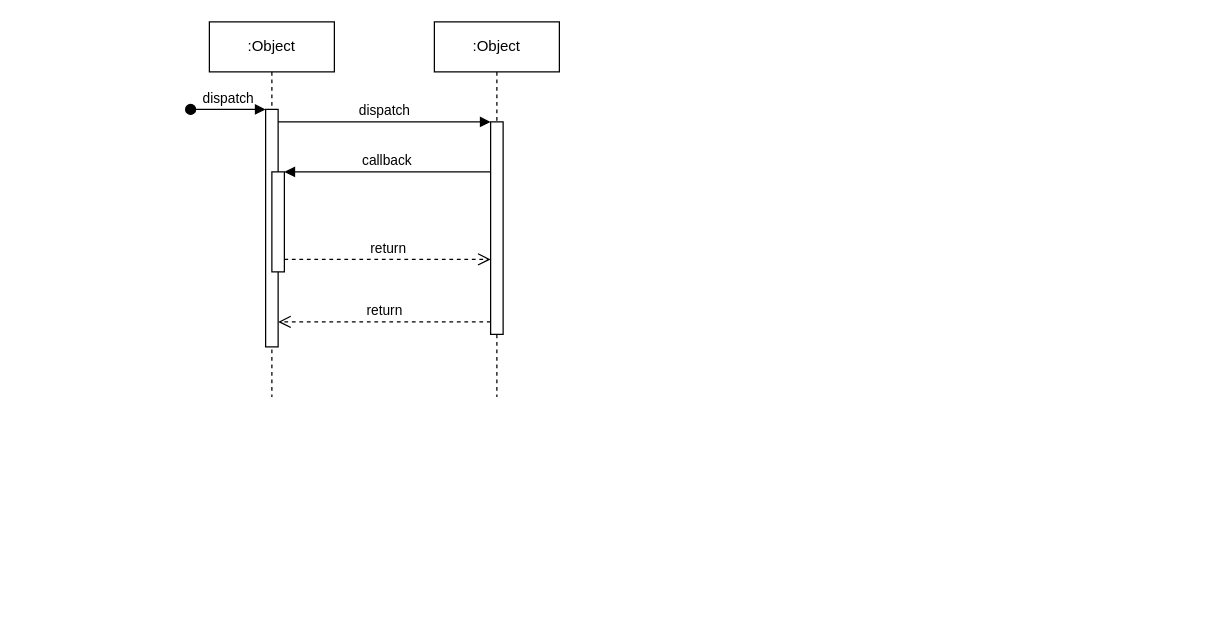
DanisaurioRex/data_ingestor keeps this draw.io diagram as docs/sequence-diagram.drawio. Above is the earlier version. Source tidied: cells renumbered, new cells numbered last; positions are measured from the earlier drawing's top-left corner, leaving out a move shared by most shapes. Both pictures are drawn from the tidied source at 125%, with x=0, y=0 at pixel (190, 21).
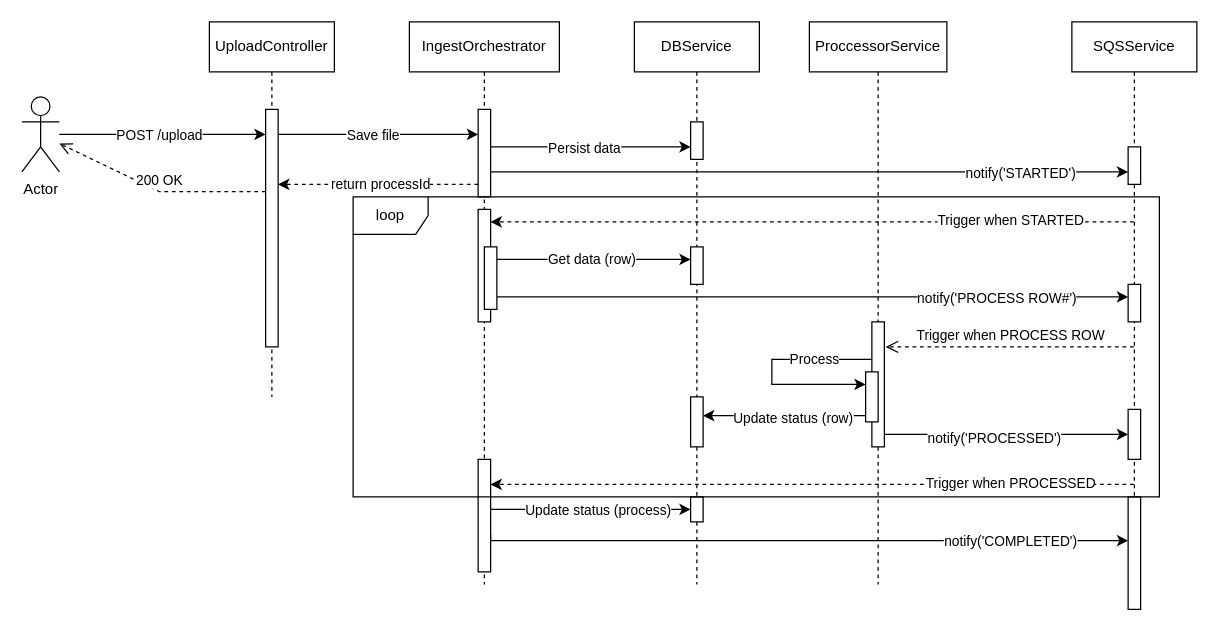
After the change.

The change refers to these unchanged cells:
```xml
<mxCell id="3" style="html=1;points=[];perimeter=orthogonalPerimeter;outlineConnect=0;targetShapes=umlLifeline;portConstraint=eastwest;newEdgeStyle={&quot;edgeStyle&quot;:&quot;elbowEdgeStyle&quot;,&quot;elbow&quot;:&quot;vertical&quot;,&quot;curved&quot;:0,&quot;rounded&quot;:0};" parent="2" vertex="1">
  <mxGeometry x="45" y="70" width="10" height="190" as="geometry" />
</mxCell>
```

The edit, as a diff of the source:
```diff
@@
-    <mxCell id="2" value=":Object" style="shape=umlLifeline;perimeter=lifelinePerimeter;whiteSpace=wrap;html=1;newEdgeStyle={&quot;edgeStyle&quot;:&quot;elbowEdgeStyle&quot;,&quot;elbow&quot;:&quot;vertical&quot;,&quot;curved&quot;:0,&quot;rounded&quot;:0};" parent="1" vertex="1">
+    <mxCell id="2" value="UploadController" style="shape=umlLifeline;perimeter=lifelinePerimeter;whiteSpace=wrap;html=1;newEdgeStyle={&quot;edgeStyle&quot;:&quot;elbowEdgeStyle&quot;,&quot;elbow&quot;:&quot;vertical&quot;,&quot;curved&quot;:0,&quot;rounded&quot;:0};" parent="1" vertex="1">
       <mxGeometry x="15" width="100" height="300" as="geometry" />
     </mxCell>
@@
-    <mxCell id="4" value="dispatch" style="html=1;verticalAlign=bottom;startArrow=oval;endArrow=block;startSize=8;edgeStyle=elbowEdgeStyle;elbow=vertical;curved=0;rounded=0;" parent="2" edge="1" target="3">
-      <mxGeometry relative="1" as="geometry">
-        <mxPoint x="-15" y="70" as="sourcePoint" />
-      </mxGeometry>
-    </mxCell>
-    <mxCell id="5" style="html=1;points=[];perimeter=orthogonalPerimeter;outlineConnect=0;targetShapes=umlLifeline;portConstraint=eastwest;newEdgeStyle={&quot;edgeStyle&quot;:&quot;elbowEdgeStyle&quot;,&quot;elbow&quot;:&quot;vertical&quot;,&quot;curved&quot;:0,&quot;rounded&quot;:0};" parent="2" vertex="1">
-      <mxGeometry x="50" y="120" width="10" height="80" as="geometry" />
-    </mxCell>
-    <mxCell id="6" value=":Object" style="shape=umlLifeline;perimeter=lifelinePerimeter;whiteSpace=wrap;html=1;newEdgeStyle={&quot;edgeStyle&quot;:&quot;elbowEdgeStyle&quot;,&quot;elbow&quot;:&quot;vertical&quot;,&quot;curved&quot;:0,&quot;rounded&quot;:0};" parent="1" vertex="1">
-      <mxGeometry x="195" width="100" height="300" as="geometry" />
-    </mxCell>
-    <mxCell id="7" style="html=1;points=[];perimeter=orthogonalPerimeter;outlineConnect=0;targetShapes=umlLifeline;portConstraint=eastwest;newEdgeStyle={&quot;edgeStyle&quot;:&quot;elbowEdgeStyle&quot;,&quot;elbow&quot;:&quot;vertical&quot;,&quot;curved&quot;:0,&quot;rounded&quot;:0};" parent="6" vertex="1">
-      <mxGeometry x="45" y="80" width="10" height="170" as="geometry" />
-    </mxCell>
-    <mxCell id="8" value="dispatch" style="html=1;verticalAlign=bottom;endArrow=block;edgeStyle=elbowEdgeStyle;elbow=vertical;curved=0;rounded=0;" parent="1" edge="1" source="3" target="7">
-      <mxGeometry relative="1" as="geometry">
-        <Array as="points">
-          <mxPoint x="155" y="80" />
-        </Array>
-      </mxGeometry>
-    </mxCell>
-    <mxCell id="9" value="return" style="html=1;verticalAlign=bottom;endArrow=open;dashed=1;endSize=8;edgeStyle=elbowEdgeStyle;elbow=vertical;curved=0;rounded=0;" parent="1" edge="1" source="7" target="3">
-      <mxGeometry relative="1" as="geometry">
-        <Array as="points">
-          <mxPoint x="165" y="240" />
-        </Array>
-      </mxGeometry>
-    </mxCell>
-    <mxCell id="10" value="callback" style="html=1;verticalAlign=bottom;endArrow=block;edgeStyle=elbowEdgeStyle;elbow=vertical;curved=0;rounded=0;" parent="1" edge="1" source="7" target="5">
-      <mxGeometry relative="1" as="geometry">
-        <Array as="points">
-          <mxPoint x="165" y="120" />
-        </Array>
-      </mxGeometry>
-    </mxCell>
-    <mxCell id="11" value="return" style="html=1;verticalAlign=bottom;endArrow=open;dashed=1;endSize=8;edgeStyle=elbowEdgeStyle;elbow=vertical;curved=0;rounded=0;" parent="1" edge="1" source="5" target="7">
-      <mxGeometry relative="1" as="geometry">
-        <Array as="points">
-          <mxPoint x="155" y="190" />
-        </Array>
-      </mxGeometry>
-    </mxCell>
+    <mxCell id="12" style="edgeStyle=orthogonalEdgeStyle;rounded=0;jettySize=auto;html=1;" parent="1" edge="1" source="14" target="3">
+      <mxGeometry relative="1" as="geometry">
+        <Array as="points">
+          <mxPoint x="5" y="90" />
+          <mxPoint x="5" y="90" />
+        </Array>
+      </mxGeometry>
+    </mxCell>
+    <mxCell id="13" value="POST /upload" style="edgeLabel;html=1;align=center;verticalAlign=middle;" parent="12" vertex="1">
+      <mxGeometry x="-0.4" y="3" relative="1" as="geometry">
+        <mxPoint x="29" y="3" as="offset" />
+      </mxGeometry>
+    </mxCell>
+    <mxCell id="14" value="Actor" style="shape=umlActor;verticalLabelPosition=bottom;verticalAlign=top;html=1;outlineConnect=0;" parent="1" vertex="1">
+      <mxGeometry x="-135" y="60" width="30" height="60" as="geometry" />
+    </mxCell>
+    <mxCell id="15" value="DBService" style="shape=umlLifeline;perimeter=lifelinePerimeter;whiteSpace=wrap;html=1;newEdgeStyle={&quot;curved&quot;:0,&quot;rounded&quot;:0};" parent="1" vertex="1">
+      <mxGeometry x="355" width="100" height="450" as="geometry" />
+    </mxCell>
+    <mxCell id="16" style="html=1;points=[];perimeter=orthogonalPerimeter;outlineConnect=0;targetShapes=umlLifeline;portConstraint=eastwest;newEdgeStyle={&quot;edgeStyle&quot;:&quot;elbowEdgeStyle&quot;,&quot;elbow&quot;:&quot;vertical&quot;,&quot;curved&quot;:0,&quot;rounded&quot;:0};" parent="15" vertex="1">
+      <mxGeometry x="45" y="80" width="10" height="30" as="geometry" />
+    </mxCell>
+    <mxCell id="17" style="html=1;points=[[0,0,0,0,5],[0,1,0,0,-5],[1,0,0,0,5],[1,1,0,0,-5]];perimeter=orthogonalPerimeter;outlineConnect=0;targetShapes=umlLifeline;portConstraint=eastwest;newEdgeStyle={&quot;curved&quot;:0,&quot;rounded&quot;:0};" parent="15" vertex="1">
+      <mxGeometry x="45" y="180" width="10" height="30" as="geometry" />
+    </mxCell>
+    <mxCell id="18" style="html=1;points=[[0,0,0,0,5],[0,1,0,0,-5],[1,0,0,0,5],[1,1,0,0,-5]];perimeter=orthogonalPerimeter;outlineConnect=0;targetShapes=umlLifeline;portConstraint=eastwest;newEdgeStyle={&quot;curved&quot;:0,&quot;rounded&quot;:0};" parent="15" vertex="1">
+      <mxGeometry x="45" y="300" width="10" height="40" as="geometry" />
+    </mxCell>
+    <mxCell id="19" style="html=1;points=[[0,0,0,0,5],[0,1,0,0,-5],[1,0,0,0,5],[1,1,0,0,-5]];perimeter=orthogonalPerimeter;outlineConnect=0;targetShapes=umlLifeline;portConstraint=eastwest;newEdgeStyle={&quot;curved&quot;:0,&quot;rounded&quot;:0};" parent="15" vertex="1">
+      <mxGeometry x="45" y="380" width="10" height="20" as="geometry" />
+    </mxCell>
+    <mxCell id="20" value="IngestOrchestrator" style="shape=umlLifeline;perimeter=lifelinePerimeter;whiteSpace=wrap;html=1;newEdgeStyle={&quot;curved&quot;:0,&quot;rounded&quot;:0};" parent="1" vertex="1">
+      <mxGeometry x="175" width="120" height="450" as="geometry" />
+    </mxCell>
+    <mxCell id="21" style="html=1;points=[];perimeter=orthogonalPerimeter;outlineConnect=0;targetShapes=umlLifeline;portConstraint=eastwest;newEdgeStyle={&quot;edgeStyle&quot;:&quot;elbowEdgeStyle&quot;,&quot;elbow&quot;:&quot;vertical&quot;,&quot;curved&quot;:0,&quot;rounded&quot;:0};" parent="20" vertex="1">
+      <mxGeometry x="55" y="70" width="10" height="70" as="geometry" />
+    </mxCell>
+    <mxCell id="22" style="html=1;points=[[0,0,0,0,5],[0,1,0,0,-5],[1,0,0,0,5],[1,1,0,0,-5]];perimeter=orthogonalPerimeter;outlineConnect=0;targetShapes=umlLifeline;portConstraint=eastwest;newEdgeStyle={&quot;curved&quot;:0,&quot;rounded&quot;:0};" parent="20" vertex="1">
+      <mxGeometry x="55" y="150" width="10" height="90" as="geometry" />
+    </mxCell>
+    <mxCell id="23" style="html=1;points=[[0,0,0,0,5],[0,1,0,0,-5],[1,0,0,0,5],[1,1,0,0,-5]];perimeter=orthogonalPerimeter;outlineConnect=0;targetShapes=umlLifeline;portConstraint=eastwest;newEdgeStyle={&quot;curved&quot;:0,&quot;rounded&quot;:0};" parent="20" vertex="1">
+      <mxGeometry x="60" y="180" width="10" height="50" as="geometry" />
+    </mxCell>
+    <mxCell id="24" style="html=1;points=[[0,0,0,0,5],[0,1,0,0,-5],[1,0,0,0,5],[1,1,0,0,-5]];perimeter=orthogonalPerimeter;outlineConnect=0;targetShapes=umlLifeline;portConstraint=eastwest;newEdgeStyle={&quot;curved&quot;:0,&quot;rounded&quot;:0};" parent="20" vertex="1">
+      <mxGeometry x="55" y="350" width="10" height="90" as="geometry" />
+    </mxCell>
+    <mxCell id="25" style="edgeStyle=elbowEdgeStyle;rounded=0;jettySize=auto;html=1;elbow=vertical;curved=0;" parent="1" edge="1" source="3" target="21">
+      <mxGeometry relative="1" as="geometry">
+        <Array as="points">
+          <mxPoint x="195" y="90" />
+          <mxPoint x="185" y="100" />
+        </Array>
+      </mxGeometry>
+    </mxCell>
+    <mxCell id="26" value="Save file" style="edgeLabel;html=1;align=center;verticalAlign=middle;" parent="25" vertex="1">
+      <mxGeometry x="-0.36" y="-1" relative="1" as="geometry">
+        <mxPoint x="24" y="-1" as="offset" />
+      </mxGeometry>
+    </mxCell>
+    <mxCell id="27" style="edgeStyle=elbowEdgeStyle;rounded=0;jettySize=auto;html=1;elbow=vertical;curved=0;" parent="1" edge="1" source="21" target="16">
+      <mxGeometry relative="1" as="geometry">
+        <Array as="points">
+          <mxPoint x="285" y="100" />
+          <mxPoint x="335" y="110" />
+        </Array>
+      </mxGeometry>
+    </mxCell>
+    <mxCell id="28" value="Persist data" style="edgeLabel;html=1;align=center;verticalAlign=middle;" parent="27" vertex="1">
+      <mxGeometry x="-0.08" relative="1" as="geometry" />
+    </mxCell>
+    <mxCell id="29" style="edgeStyle=orthogonalEdgeStyle;rounded=0;jettySize=auto;html=1;curved=0;dashed=1;" parent="1" edge="1" source="31" target="22">
+      <mxGeometry relative="1" as="geometry">
+        <Array as="points">
+          <mxPoint x="535" y="160" />
+          <mxPoint x="535" y="160" />
+        </Array>
+      </mxGeometry>
+    </mxCell>
+    <mxCell id="30" value="Trigger when STARTED" style="edgeLabel;html=1;align=center;verticalAlign=middle;" parent="29" vertex="1">
+      <mxGeometry x="-0.37" y="-2" relative="1" as="geometry">
+        <mxPoint x="63" as="offset" />
+      </mxGeometry>
+    </mxCell>
+    <mxCell id="31" value="SQSService" style="shape=umlLifeline;perimeter=lifelinePerimeter;whiteSpace=wrap;html=1;outlineConnect=0;portConstraint=eastwest;newEdgeStyle={&quot;curved&quot;:0,&quot;rounded&quot;:0};" parent="1" vertex="1">
+      <mxGeometry x="705" width="100" height="470" as="geometry" />
+    </mxCell>
+    <mxCell id="32" style="html=1;points=[];perimeter=orthogonalPerimeter;outlineConnect=0;targetShapes=umlLifeline;portConstraint=eastwest;newEdgeStyle={&quot;edgeStyle&quot;:&quot;elbowEdgeStyle&quot;,&quot;elbow&quot;:&quot;vertical&quot;,&quot;curved&quot;:0,&quot;rounded&quot;:0};" parent="31" vertex="1">
+      <mxGeometry x="45" y="100" width="10" height="30" as="geometry" />
+    </mxCell>
+    <mxCell id="33" style="html=1;points=[[0,0,0,0,5],[0,1,0,0,-5],[1,0,0,0,5],[1,1,0,0,-5]];perimeter=orthogonalPerimeter;outlineConnect=0;targetShapes=umlLifeline;portConstraint=eastwest;newEdgeStyle={&quot;curved&quot;:0,&quot;rounded&quot;:0};" parent="31" vertex="1">
+      <mxGeometry x="45" y="210" width="10" height="30" as="geometry" />
+    </mxCell>
+    <mxCell id="34" style="html=1;points=[[0,0,0,0,5],[0,1,0,0,-5],[1,0,0,0,5],[1,1,0,0,-5]];perimeter=orthogonalPerimeter;outlineConnect=0;targetShapes=umlLifeline;portConstraint=eastwest;newEdgeStyle={&quot;curved&quot;:0,&quot;rounded&quot;:0};" parent="31" vertex="1">
+      <mxGeometry x="45" y="310" width="10" height="40" as="geometry" />
+    </mxCell>
+    <mxCell id="35" style="html=1;perimeter=orthogonalPerimeter;targetShapes=umlLifeline;newEdgeStyle={&quot;curved&quot;:0,&quot;rounded&quot;:0};" parent="31" vertex="1">
+      <mxGeometry x="45" y="380" width="10" height="90" as="geometry" />
+    </mxCell>
+    <mxCell id="36" style="edgeStyle=elbowEdgeStyle;rounded=0;jettySize=auto;html=1;elbow=horizontal;curved=0;" parent="1" edge="1" source="21" target="32">
+      <mxGeometry relative="1" as="geometry">
+        <Array as="points">
+          <mxPoint x="295" y="120" />
+          <mxPoint x="535" y="110" />
+        </Array>
+      </mxGeometry>
+    </mxCell>
+    <mxCell id="37" value="notify('STARTED')" style="edgeLabel;html=1;align=center;verticalAlign=middle;" parent="36" vertex="1">
+      <mxGeometry x="0.26" y="3" relative="1" as="geometry">
+        <mxPoint x="102" y="3" as="offset" />
+      </mxGeometry>
+    </mxCell>
+    <mxCell id="38" style="edgeStyle=elbowEdgeStyle;rounded=0;jettySize=auto;html=1;elbow=vertical;curved=0;dashed=1;" parent="1" edge="1" source="21" target="3">
+      <mxGeometry relative="1" as="geometry">
+        <Array as="points">
+          <mxPoint x="205" y="130" />
+          <mxPoint x="85" y="120" />
+        </Array>
+      </mxGeometry>
+    </mxCell>
+    <mxCell id="39" value="return processId" style="edgeLabel;html=1;align=center;verticalAlign=middle;" parent="38" vertex="1">
+      <mxGeometry x="0.18" y="-4" relative="1" as="geometry">
+        <mxPoint x="15" y="3" as="offset" />
+      </mxGeometry>
+    </mxCell>
+    <mxCell id="40" value="200 OK" style="html=1;verticalAlign=bottom;endArrow=open;dashed=1;endSize=8;curved=0;rounded=0;" parent="1" edge="1" target="14">
+      <mxGeometry x="-0.02" relative="1" as="geometry">
+        <mxPoint x="60" y="135.8" as="sourcePoint" />
+        <Array as="points">
+          <mxPoint x="-25" y="135.8" />
+        </Array>
+      </mxGeometry>
+    </mxCell>
+    <mxCell id="41" style="edgeStyle=orthogonalEdgeStyle;rounded=0;jettySize=auto;html=1;curved=0;" parent="1" edge="1" source="23" target="17">
+      <mxGeometry relative="1" as="geometry">
+        <Array as="points">
+          <mxPoint x="375" y="190" />
+          <mxPoint x="375" y="190" />
+        </Array>
+      </mxGeometry>
+    </mxCell>
+    <mxCell id="42" value="Get data (row)" style="edgeLabel;html=1;align=center;verticalAlign=middle;" parent="41" vertex="1">
+      <mxGeometry x="-0.03" y="1" relative="1" as="geometry" />
+    </mxCell>
+    <mxCell id="43" value="ProccessorService" style="shape=umlLifeline;perimeter=lifelinePerimeter;whiteSpace=wrap;html=1;newEdgeStyle={&quot;curved&quot;:0,&quot;rounded&quot;:0};" parent="1" vertex="1">
+      <mxGeometry x="495" width="110" height="450" as="geometry" />
+    </mxCell>
+    <mxCell id="44" style="edgeStyle=orthogonalEdgeStyle;rounded=0;jettySize=auto;html=1;curved=0;" parent="43" edge="1" source="46" target="47">
+      <mxGeometry relative="1" as="geometry">
+        <Array as="points">
+          <mxPoint x="-30" y="270" />
+          <mxPoint x="-30" y="290" />
+        </Array>
+      </mxGeometry>
+    </mxCell>
+    <mxCell id="45" value="Process" style="edgeLabel;html=1;align=center;verticalAlign=middle;" parent="44" vertex="1">
+      <mxGeometry x="-0.46" y="-1" relative="1" as="geometry" />
+    </mxCell>
+    <mxCell id="46" style="html=1;points=[[0,0,0,0,5],[0,1,0,0,-5],[1,0,0,0,5],[1,1,0,0,-5]];perimeter=orthogonalPerimeter;outlineConnect=0;targetShapes=umlLifeline;portConstraint=eastwest;newEdgeStyle={&quot;curved&quot;:0,&quot;rounded&quot;:0};" parent="43" vertex="1">
+      <mxGeometry x="50" y="240" width="10" height="100" as="geometry" />
+    </mxCell>
+    <mxCell id="47" style="html=1;points=[[0,0,0,0,5],[0,1,0,0,-5],[1,0,0,0,5],[1,1,0,0,-5]];perimeter=orthogonalPerimeter;outlineConnect=0;targetShapes=umlLifeline;portConstraint=eastwest;newEdgeStyle={&quot;curved&quot;:0,&quot;rounded&quot;:0};" parent="43" vertex="1">
+      <mxGeometry x="45" y="280" width="10" height="40" as="geometry" />
+    </mxCell>
+    <mxCell id="48" style="edgeStyle=orthogonalEdgeStyle;rounded=0;jettySize=auto;html=1;curved=0;" parent="1" edge="1" source="23" target="33">
+      <mxGeometry relative="1" as="geometry">
+        <Array as="points">
+          <mxPoint x="535" y="220" />
+          <mxPoint x="535" y="220" />
+        </Array>
+      </mxGeometry>
+    </mxCell>
+    <mxCell id="49" value="notify('PROCESS ROW#')" style="edgeLabel;html=1;align=center;verticalAlign=middle;" parent="48" vertex="1">
+      <mxGeometry x="0.33" y="1" relative="1" as="geometry">
+        <mxPoint x="63" y="1" as="offset" />
+      </mxGeometry>
+    </mxCell>
+    <mxCell id="50" value="Trigger when PROCESS ROW" style="html=1;verticalAlign=bottom;endArrow=open;dashed=1;endSize=8;curved=0;rounded=0;entryX=1.1;entryY=0.2;entryDx=0;entryDy=0;entryPerimeter=0;" parent="1" edge="1" source="31" target="46">
+      <mxGeometry relative="1" as="geometry" />
+    </mxCell>
+    <mxCell id="51" style="edgeStyle=orthogonalEdgeStyle;rounded=0;jettySize=auto;html=1;curved=0;exitX=0;exitY=1;exitDx=0;exitDy=-5;exitPerimeter=0;" parent="1" edge="1" source="47" target="18">
+      <mxGeometry relative="1" as="geometry">
+        <Array as="points">
+          <mxPoint x="455" y="315" />
+          <mxPoint x="455" y="315" />
+        </Array>
+      </mxGeometry>
+    </mxCell>
+    <mxCell id="52" value="Update status (row)" style="edgeLabel;html=1;align=center;verticalAlign=middle;" parent="51" vertex="1">
+      <mxGeometry x="-0.23" y="1" relative="1" as="geometry">
+        <mxPoint x="-9" as="offset" />
+      </mxGeometry>
+    </mxCell>
+    <mxCell id="53" style="edgeStyle=orthogonalEdgeStyle;rounded=0;jettySize=auto;html=1;curved=0;" parent="1" edge="1" source="46" target="34">
+      <mxGeometry relative="1" as="geometry">
+        <Array as="points">
+          <mxPoint x="695" y="330" />
+          <mxPoint x="695" y="330" />
+        </Array>
+      </mxGeometry>
+    </mxCell>
+    <mxCell id="54" value="notify('PROCESSED')" style="edgeLabel;html=1;align=center;verticalAlign=middle;" parent="53" vertex="1">
+      <mxGeometry x="-0.11" y="-2" relative="1" as="geometry" />
+    </mxCell>
+    <mxCell id="55" style="edgeStyle=orthogonalEdgeStyle;rounded=0;jettySize=auto;html=1;curved=0;dashed=1;" parent="1" edge="1" source="31" target="24">
+      <mxGeometry relative="1" as="geometry">
+        <Array as="points">
+          <mxPoint x="305" y="370" />
+          <mxPoint x="305" y="370" />
+        </Array>
+      </mxGeometry>
+    </mxCell>
+    <mxCell id="56" value="Trigger when PROCESSED" style="edgeLabel;html=1;align=center;verticalAlign=middle;" parent="55" vertex="1">
+      <mxGeometry x="-0.37" y="-2" relative="1" as="geometry">
+        <mxPoint x="63" as="offset" />
+      </mxGeometry>
+    </mxCell>
+    <mxCell id="57" style="edgeStyle=orthogonalEdgeStyle;rounded=0;jettySize=auto;html=1;curved=0;" parent="1" edge="1" source="24" target="19">
+      <mxGeometry relative="1" as="geometry">
+        <Array as="points">
+          <mxPoint x="365" y="390" />
+          <mxPoint x="365" y="390" />
+        </Array>
+      </mxGeometry>
+    </mxCell>
+    <mxCell id="58" value="Update status (process)" style="edgeLabel;html=1;align=center;verticalAlign=middle;" parent="57" vertex="1">
+      <mxGeometry x="-0.12" y="-2" relative="1" as="geometry">
+        <mxPoint x="15" y="-2" as="offset" />
+      </mxGeometry>
+    </mxCell>
+    <mxCell id="59" style="edgeStyle=orthogonalEdgeStyle;rounded=0;orthogonalLoop=1;jettySize=auto;html=1;curved=0;" parent="1" edge="1">
+      <mxGeometry relative="1" as="geometry">
+        <mxPoint x="240" y="410" as="sourcePoint" />
+        <mxPoint x="750" y="415" as="targetPoint" />
+        <Array as="points">
+          <mxPoint x="240" y="415" />
+        </Array>
+      </mxGeometry>
+    </mxCell>
+    <mxCell id="60" value="notify('COMPLETED')" style="edgeLabel;html=1;align=center;verticalAlign=middle;" parent="59" vertex="1">
+      <mxGeometry x="-0.01" relative="1" as="geometry">
+        <mxPoint x="165" as="offset" />
+      </mxGeometry>
+    </mxCell>
+    <mxCell id="61" value="loop" style="shape=umlFrame;whiteSpace=wrap;html=1;" parent="1" vertex="1">
+      <mxGeometry x="130" y="140" width="645" height="240" as="geometry" />
+    </mxCell>
```
